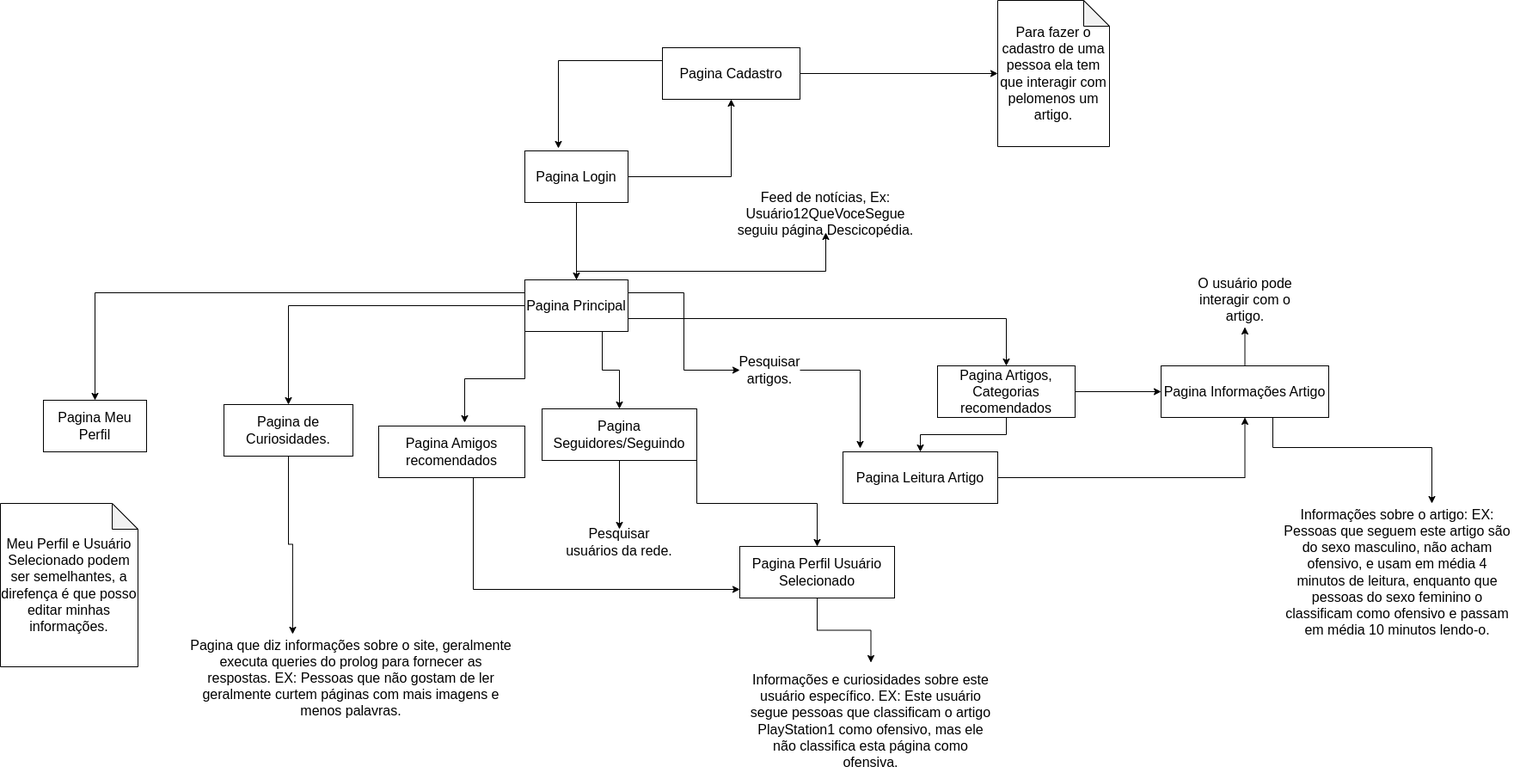
Above: docs/imagens/FLUXO_PAGINAS.drawio.png in UnBParadigmas2022-2/2022.2_G2_Logico_InimigosDaIgnorancia (draw.io), before the change. Source tidied: cells renumbered, new cells last; positions are measured from the earlier drawing's top-left corner, leaving out a move shared by most shapes. Its diagram source:
```xml
<mxGraphModel>
  <root>
    <mxCell id="0" />
    <mxCell id="1" parent="0" />
    <mxCell id="2" style="edgeStyle=orthogonalEdgeStyle;rounded=0;jettySize=auto;html=1;fontSize=16;" parent="1" edge="1" source="4" target="16">
      <mxGeometry relative="1" as="geometry" />
    </mxCell>
    <mxCell id="3" style="edgeStyle=orthogonalEdgeStyle;rounded=0;jettySize=auto;html=1;fontSize=16;" parent="1" edge="1" source="4" target="7">
      <mxGeometry relative="1" as="geometry" />
    </mxCell>
    <mxCell id="4" value="Pagina Login" style="rounded=0;whiteSpace=wrap;html=1;fontSize=16;" parent="1" vertex="1">
      <mxGeometry x="610" y="175" width="120" height="60" as="geometry" />
    </mxCell>
    <mxCell id="5" style="edgeStyle=orthogonalEdgeStyle;rounded=0;jettySize=auto;html=1;exitX=1;exitY=0.5;exitDx=0;exitDy=0;fontSize=16;" parent="1" edge="1" source="7" target="35">
      <mxGeometry relative="1" as="geometry" />
    </mxCell>
    <mxCell id="6" style="edgeStyle=orthogonalEdgeStyle;rounded=0;jettySize=auto;html=1;exitX=0;exitY=0.25;exitDx=0;exitDy=0;entryX=0.325;entryY=-0.05;entryDx=0;entryDy=0;entryPerimeter=0;fontSize=16;" parent="1" edge="1" source="7" target="4">
      <mxGeometry relative="1" as="geometry" />
    </mxCell>
    <mxCell id="7" value="Pagina Cadastro" style="rounded=0;whiteSpace=wrap;html=1;fontSize=16;" parent="1" vertex="1">
      <mxGeometry x="770" y="55" width="160" height="60" as="geometry" />
    </mxCell>
    <mxCell id="8" style="edgeStyle=orthogonalEdgeStyle;rounded=0;jettySize=auto;html=1;fontSize=16;" parent="1" edge="1" source="16" target="22">
      <mxGeometry relative="1" as="geometry">
        <Array as="points">
          <mxPoint x="670" y="315" />
          <mxPoint x="960" y="315" />
        </Array>
      </mxGeometry>
    </mxCell>
    <mxCell id="9" style="edgeStyle=orthogonalEdgeStyle;rounded=0;jettySize=auto;html=1;fontSize=16;entryX=0.111;entryY=-0.067;entryDx=0;entryDy=0;entryPerimeter=0;" parent="1" edge="1" source="42" target="18">
      <mxGeometry relative="1" as="geometry" />
    </mxCell>
    <mxCell id="10" style="edgeStyle=orthogonalEdgeStyle;rounded=0;jettySize=auto;html=1;exitX=0.75;exitY=1;exitDx=0;exitDy=0;fontSize=16;" parent="1" edge="1" source="16" target="21">
      <mxGeometry relative="1" as="geometry" />
    </mxCell>
    <mxCell id="11" style="edgeStyle=orthogonalEdgeStyle;rounded=0;jettySize=auto;html=1;exitX=0;exitY=1;exitDx=0;exitDy=0;entryX=0.588;entryY=-0.067;entryDx=0;entryDy=0;entryPerimeter=0;fontSize=16;" parent="1" edge="1" source="16" target="24">
      <mxGeometry relative="1" as="geometry" />
    </mxCell>
    <mxCell id="12" style="edgeStyle=orthogonalEdgeStyle;rounded=0;jettySize=auto;html=1;exitX=0;exitY=0.25;exitDx=0;exitDy=0;fontSize=16;" parent="1" edge="1" source="16" target="32">
      <mxGeometry relative="1" as="geometry" />
    </mxCell>
    <mxCell id="13" style="edgeStyle=orthogonalEdgeStyle;rounded=0;jettySize=auto;html=1;entryX=0.5;entryY=0;entryDx=0;entryDy=0;fontSize=16;" parent="1" edge="1" source="16" target="29">
      <mxGeometry relative="1" as="geometry" />
    </mxCell>
    <mxCell id="14" style="edgeStyle=orthogonalEdgeStyle;rounded=0;jettySize=auto;html=1;exitX=1;exitY=0.75;exitDx=0;exitDy=0;fontSize=16;" parent="1" edge="1" source="16" target="27">
      <mxGeometry relative="1" as="geometry" />
    </mxCell>
    <mxCell id="15" style="edgeStyle=orthogonalEdgeStyle;rounded=0;jettySize=auto;html=1;exitX=1;exitY=0.25;exitDx=0;exitDy=0;entryX=0;entryY=0.5;entryDx=0;entryDy=0;" parent="1" edge="1" source="16" target="42">
      <mxGeometry relative="1" as="geometry" />
    </mxCell>
    <mxCell id="16" value="Pagina Principal" style="rounded=0;whiteSpace=wrap;html=1;fontSize=16;" parent="1" vertex="1">
      <mxGeometry x="610" y="325" width="120" height="60" as="geometry" />
    </mxCell>
    <mxCell id="17" style="edgeStyle=orthogonalEdgeStyle;rounded=0;jettySize=auto;html=1;entryX=0.5;entryY=1;entryDx=0;entryDy=0;fontSize=16;" parent="1" edge="1" source="18" target="41">
      <mxGeometry relative="1" as="geometry" />
    </mxCell>
    <mxCell id="18" value="Pagina Leitura Artigo" style="rounded=0;whiteSpace=wrap;html=1;fontSize=16;" parent="1" vertex="1">
      <mxGeometry x="980" y="525" width="180" height="60" as="geometry" />
    </mxCell>
    <mxCell id="19" style="edgeStyle=orthogonalEdgeStyle;rounded=0;jettySize=auto;html=1;exitX=1;exitY=1;exitDx=0;exitDy=0;fontSize=16;" parent="1" edge="1" source="21" target="34">
      <mxGeometry relative="1" as="geometry" />
    </mxCell>
    <mxCell id="20" style="edgeStyle=orthogonalEdgeStyle;rounded=0;jettySize=auto;html=1;exitX=0.5;exitY=1;exitDx=0;exitDy=0;entryX=0.5;entryY=0;entryDx=0;entryDy=0;fontSize=16;" parent="1" edge="1" source="21" target="31">
      <mxGeometry relative="1" as="geometry" />
    </mxCell>
    <mxCell id="21" value="Pagina Seguidores/Seguindo" style="rounded=0;whiteSpace=wrap;html=1;fontSize=16;" parent="1" vertex="1">
      <mxGeometry x="630" y="475" width="180" height="60" as="geometry" />
    </mxCell>
    <mxCell id="22" value="Feed de notícias, Ex: Usuário12QueVoceSegue seguiu página Descicopédia." style="text;html=1;strokeColor=none;fillColor=none;align=center;verticalAlign=middle;whiteSpace=wrap;rounded=0;fontSize=16;" parent="1" vertex="1">
      <mxGeometry x="850" y="225" width="220" height="45" as="geometry" />
    </mxCell>
    <mxCell id="23" style="edgeStyle=orthogonalEdgeStyle;rounded=0;jettySize=auto;html=1;fontSize=16;" parent="1" edge="1" source="24" target="34">
      <mxGeometry relative="1" as="geometry">
        <Array as="points">
          <mxPoint x="550" y="685" />
        </Array>
      </mxGeometry>
    </mxCell>
    <mxCell id="24" value="Pagina Amigos recomendados" style="rounded=0;whiteSpace=wrap;html=1;fontSize=16;" parent="1" vertex="1">
      <mxGeometry x="440" y="495" width="170" height="60" as="geometry" />
    </mxCell>
    <mxCell id="25" style="edgeStyle=orthogonalEdgeStyle;rounded=0;jettySize=auto;html=1;exitX=0.5;exitY=1;exitDx=0;exitDy=0;fontSize=16;" parent="1" edge="1" source="27" target="18">
      <mxGeometry relative="1" as="geometry" />
    </mxCell>
    <mxCell id="26" style="edgeStyle=orthogonalEdgeStyle;rounded=0;jettySize=auto;html=1;fontSize=16;" parent="1" edge="1" source="27" target="41">
      <mxGeometry relative="1" as="geometry" />
    </mxCell>
    <mxCell id="27" value="Pagina Artigos, Categorias recomendados" style="rounded=0;whiteSpace=wrap;html=1;fontSize=16;" parent="1" vertex="1">
      <mxGeometry x="1090" y="425" width="160" height="60" as="geometry" />
    </mxCell>
    <mxCell id="28" style="edgeStyle=orthogonalEdgeStyle;rounded=0;jettySize=auto;html=1;fontSize=16;entryX=0.319;entryY=0.019;entryDx=0;entryDy=0;entryPerimeter=0;" parent="1" edge="1" source="29" target="30">
      <mxGeometry relative="1" as="geometry" />
    </mxCell>
    <mxCell id="29" value="Pagina de Curiosidades." style="rounded=0;whiteSpace=wrap;html=1;fontSize=16;" parent="1" vertex="1">
      <mxGeometry x="260" y="470" width="150" height="60" as="geometry" />
    </mxCell>
    <mxCell id="30" value="Pagina que diz informações sobre o site, geralmente executa queries do prolog para fornecer as respostas. EX: Pessoas que não gostam de ler geralmente curtem páginas com mais imagens e menos palavras." style="text;html=1;strokeColor=none;fillColor=none;align=center;verticalAlign=middle;whiteSpace=wrap;rounded=0;fontSize=16;" parent="1" vertex="1">
      <mxGeometry x="220" y="735" width="376" height="105" as="geometry" />
    </mxCell>
    <mxCell id="31" value="Pesquisar usuários da rede." style="text;html=1;strokeColor=none;fillColor=none;align=center;verticalAlign=middle;whiteSpace=wrap;rounded=0;fontSize=16;" parent="1" vertex="1">
      <mxGeometry x="655" y="615" width="130" height="30" as="geometry" />
    </mxCell>
    <mxCell id="32" value="Pagina Meu Perfil" style="rounded=0;whiteSpace=wrap;html=1;fontSize=16;" parent="1" vertex="1">
      <mxGeometry x="50" y="465" width="120" height="60" as="geometry" />
    </mxCell>
    <mxCell id="33" style="edgeStyle=orthogonalEdgeStyle;rounded=0;jettySize=auto;html=1;exitX=0.5;exitY=1;exitDx=0;exitDy=0;fontSize=16;" parent="1" edge="1" source="34" target="36">
      <mxGeometry relative="1" as="geometry" />
    </mxCell>
    <mxCell id="34" value="Pagina Perfil Usuário Selecionado" style="rounded=0;whiteSpace=wrap;html=1;fontSize=16;" parent="1" vertex="1">
      <mxGeometry x="860" y="635" width="180" height="60" as="geometry" />
    </mxCell>
    <mxCell id="35" value="Para fazer o cadastro de uma pessoa ela tem que interagir com pelomenos um artigo." style="shape=note;whiteSpace=wrap;html=1;backgroundOutline=1;darkOpacity=0.05;fontSize=16;" parent="1" vertex="1">
      <mxGeometry x="1160" width="130" height="170" as="geometry" />
    </mxCell>
    <mxCell id="36" value="Informações e curiosidades sobre este usuário específico. EX: Este usuário segue pessoas que classificam o artigo PlayStation1 como ofensivo, mas ele não classifica esta página como ofensiva." style="text;html=1;strokeColor=none;fillColor=none;align=center;verticalAlign=middle;whiteSpace=wrap;rounded=0;fontSize=16;" parent="1" vertex="1">
      <mxGeometry x="865" y="770" width="295" height="135" as="geometry" />
    </mxCell>
    <mxCell id="37" value="O usuário pode interagir com o artigo." style="text;html=1;strokeColor=none;fillColor=none;align=center;verticalAlign=middle;whiteSpace=wrap;rounded=0;fontSize=16;" parent="1" vertex="1">
      <mxGeometry x="1382.5" y="315" width="130" height="65" as="geometry" />
    </mxCell>
    <mxCell id="38" value="Meu Perfil e Usuário Selecionado podem ser semelhantes, a direfença é que posso editar minhas informações." style="shape=note;whiteSpace=wrap;html=1;backgroundOutline=1;darkOpacity=0.05;fontSize=16;" parent="1" vertex="1">
      <mxGeometry y="585" width="160" height="190" as="geometry" />
    </mxCell>
    <mxCell id="39" style="edgeStyle=orthogonalEdgeStyle;rounded=0;jettySize=auto;html=1;fontSize=16;" parent="1" edge="1" source="41" target="37">
      <mxGeometry relative="1" as="geometry" />
    </mxCell>
    <mxCell id="40" style="edgeStyle=orthogonalEdgeStyle;rounded=0;jettySize=auto;html=1;fontSize=16;" parent="1" edge="1" source="41" target="43">
      <mxGeometry relative="1" as="geometry">
        <Array as="points">
          <mxPoint x="1480" y="520" />
          <mxPoint x="1665" y="520" />
        </Array>
      </mxGeometry>
    </mxCell>
    <mxCell id="41" value="Pagina Informações Artigo" style="rounded=0;whiteSpace=wrap;html=1;fontSize=16;" parent="1" vertex="1">
      <mxGeometry x="1350" y="425" width="195" height="60" as="geometry" />
    </mxCell>
    <mxCell id="42" value="&lt;font style=&quot;font-size: 16px;&quot;&gt;Pesquisar artigos.&lt;/font&gt;" style="text;html=1;strokeColor=none;fillColor=none;align=center;verticalAlign=middle;whiteSpace=wrap;rounded=0;" parent="1" vertex="1">
      <mxGeometry x="860" y="415" width="70" height="30" as="geometry" />
    </mxCell>
    <mxCell id="43" value="Informações sobre o artigo: EX: Pessoas que seguem este artigo são do sexo masculino, não acham ofensivo, e usam em média 4 minutos de leitura, enquanto que pessoas do sexo feminino o classificam como ofensivo e passam em média 10 minutos lendo-o." style="text;html=1;strokeColor=none;fillColor=none;align=center;verticalAlign=middle;whiteSpace=wrap;rounded=0;fontSize=16;" parent="1" vertex="1">
      <mxGeometry x="1490" y="585" width="270" height="160" as="geometry" />
    </mxCell>
  </root>
</mxGraphModel>
```
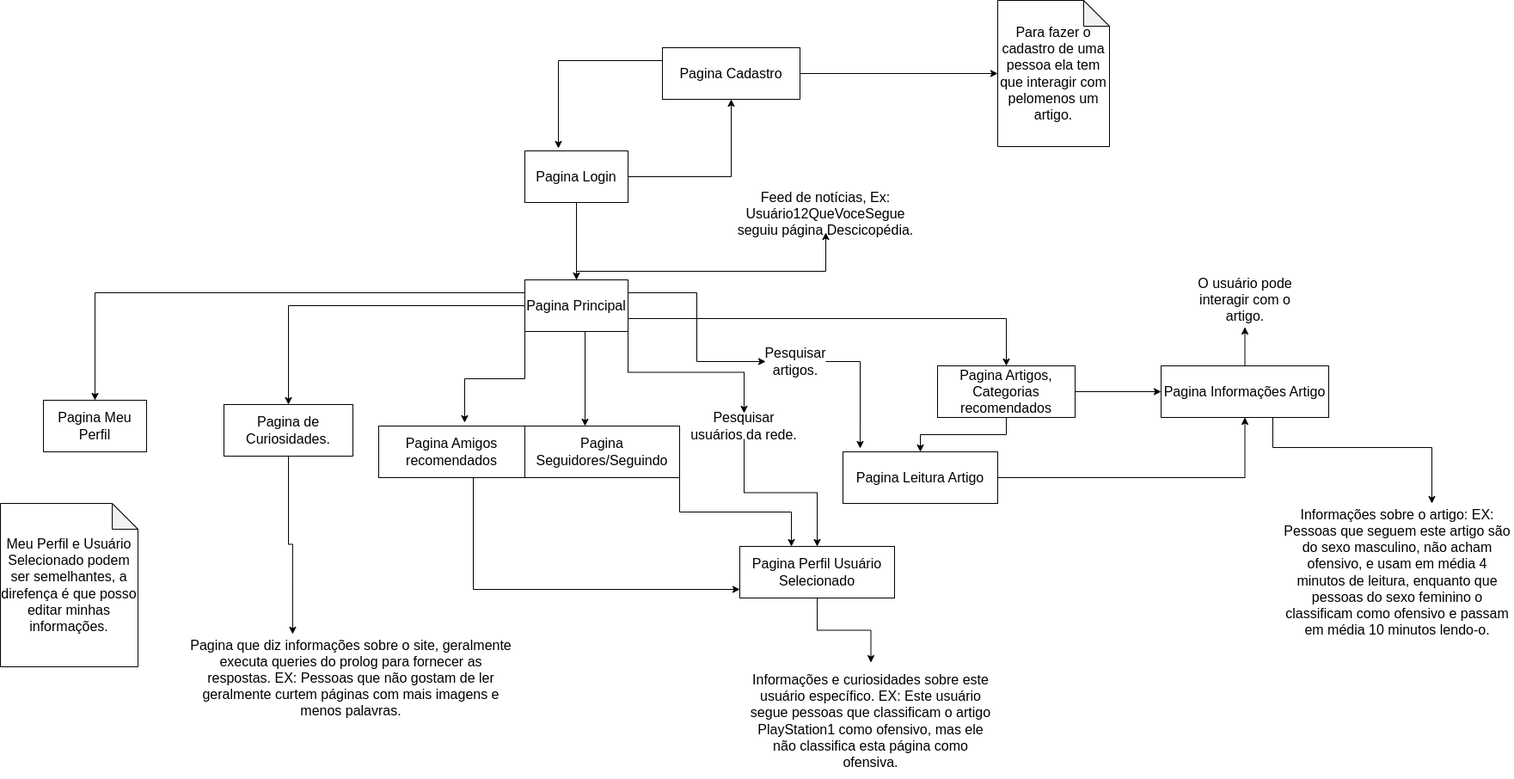
The same file after the commit.

Commit message:
Alterando FLUXO_PAGINAS, usuário pode pesquisar outros usuários a partir da página principal

What changed in the source:
```diff
@@ -32,7 +32,11 @@
       <mxGeometry relative="1" as="geometry" />
     </mxCell>
     <mxCell id="10" style="edgeStyle=orthogonalEdgeStyle;rounded=0;jettySize=auto;html=1;exitX=0.75;exitY=1;exitDx=0;exitDy=0;fontSize=16;" parent="1" edge="1" source="16" target="21">
-      <mxGeometry relative="1" as="geometry" />
+      <mxGeometry relative="1" as="geometry">
+        <Array as="points">
+          <mxPoint x="680" y="385" />
+        </Array>
+      </mxGeometry>
     </mxCell>
     <mxCell id="11" style="edgeStyle=orthogonalEdgeStyle;rounded=0;jettySize=auto;html=1;exitX=0;exitY=1;exitDx=0;exitDy=0;entryX=0.588;entryY=-0.067;entryDx=0;entryDy=0;entryPerimeter=0;fontSize=16;" parent="1" edge="1" source="16" target="24">
       <mxGeometry relative="1" as="geometry" />
@@ -49,6 +53,9 @@
     <mxCell id="15" style="edgeStyle=orthogonalEdgeStyle;rounded=0;jettySize=auto;html=1;exitX=1;exitY=0.25;exitDx=0;exitDy=0;entryX=0;entryY=0.5;entryDx=0;entryDy=0;" parent="1" edge="1" source="16" target="42">
       <mxGeometry relative="1" as="geometry" />
     </mxCell>
+    <mxCell id="44" style="edgeStyle=orthogonalEdgeStyle;rounded=0;jettySize=auto;html=1;exitX=1;exitY=1;exitDx=0;exitDy=0;" parent="1" edge="1" source="16" target="31">
+      <mxGeometry relative="1" as="geometry" />
+    </mxCell>
     <mxCell id="16" value="Pagina Principal" style="rounded=0;whiteSpace=wrap;html=1;fontSize=16;" parent="1" vertex="1">
       <mxGeometry x="610" y="325" width="120" height="60" as="geometry" />
     </mxCell>
@@ -59,13 +66,15 @@
       <mxGeometry x="980" y="525" width="180" height="60" as="geometry" />
     </mxCell>
     <mxCell id="19" style="edgeStyle=orthogonalEdgeStyle;rounded=0;jettySize=auto;html=1;exitX=1;exitY=1;exitDx=0;exitDy=0;fontSize=16;" parent="1" edge="1" source="21" target="34">
-      <mxGeometry relative="1" as="geometry" />
+      <mxGeometry relative="1" as="geometry">
+        <Array as="points">
+          <mxPoint x="790" y="595" />
+          <mxPoint x="920" y="595" />
+        </Array>
+      </mxGeometry>
     </mxCell>
-    <mxCell id="20" style="edgeStyle=orthogonalEdgeStyle;rounded=0;jettySize=auto;html=1;exitX=0.5;exitY=1;exitDx=0;exitDy=0;entryX=0.5;entryY=0;entryDx=0;entryDy=0;fontSize=16;" parent="1" edge="1" source="21" target="31">
-      <mxGeometry relative="1" as="geometry" />
-    </mxCell>
     <mxCell id="21" value="Pagina Seguidores/Seguindo" style="rounded=0;whiteSpace=wrap;html=1;fontSize=16;" parent="1" vertex="1">
-      <mxGeometry x="630" y="475" width="180" height="60" as="geometry" />
+      <mxGeometry x="610" y="495" width="180" height="60" as="geometry" />
     </mxCell>
     <mxCell id="22" value="Feed de notícias, Ex: Usuário12QueVoceSegue seguiu página Descicopédia." style="text;html=1;strokeColor=none;fillColor=none;align=center;verticalAlign=middle;whiteSpace=wrap;rounded=0;fontSize=16;" parent="1" vertex="1">
       <mxGeometry x="850" y="225" width="220" height="45" as="geometry" />
@@ -98,8 +107,11 @@
     <mxCell id="30" value="Pagina que diz informações sobre o site, geralmente executa queries do prolog para fornecer as respostas. EX: Pessoas que não gostam de ler geralmente curtem páginas com mais imagens e menos palavras." style="text;html=1;strokeColor=none;fillColor=none;align=center;verticalAlign=middle;whiteSpace=wrap;rounded=0;fontSize=16;" parent="1" vertex="1">
       <mxGeometry x="220" y="735" width="376" height="105" as="geometry" />
     </mxCell>
+    <mxCell id="45" style="edgeStyle=orthogonalEdgeStyle;rounded=0;jettySize=auto;html=1;" parent="1" edge="1" source="31" target="34">
+      <mxGeometry relative="1" as="geometry" />
+    </mxCell>
     <mxCell id="31" value="Pesquisar usuários da rede." style="text;html=1;strokeColor=none;fillColor=none;align=center;verticalAlign=middle;whiteSpace=wrap;rounded=0;fontSize=16;" parent="1" vertex="1">
-      <mxGeometry x="655" y="615" width="130" height="30" as="geometry" />
+      <mxGeometry x="800" y="480" width="130" height="30" as="geometry" />
     </mxCell>
     <mxCell id="32" value="Pagina Meu Perfil" style="rounded=0;whiteSpace=wrap;html=1;fontSize=16;" parent="1" vertex="1">
       <mxGeometry x="50" y="465" width="120" height="60" as="geometry" />
@@ -137,7 +149,7 @@
       <mxGeometry x="1350" y="425" width="195" height="60" as="geometry" />
     </mxCell>
     <mxCell id="42" value="&lt;font style=&quot;font-size: 16px;&quot;&gt;Pesquisar artigos.&lt;/font&gt;" style="text;html=1;strokeColor=none;fillColor=none;align=center;verticalAlign=middle;whiteSpace=wrap;rounded=0;" parent="1" vertex="1">
-      <mxGeometry x="860" y="415" width="70" height="30" as="geometry" />
+      <mxGeometry x="890" y="405" width="70" height="30" as="geometry" />
     </mxCell>
     <mxCell id="43" value="Informações sobre o artigo: EX: Pessoas que seguem este artigo são do sexo masculino, não acham ofensivo, e usam em média 4 minutos de leitura, enquanto que pessoas do sexo feminino o classificam como ofensivo e passam em média 10 minutos lendo-o." style="text;html=1;strokeColor=none;fillColor=none;align=center;verticalAlign=middle;whiteSpace=wrap;rounded=0;fontSize=16;" parent="1" vertex="1">
       <mxGeometry x="1490" y="585" width="270" height="160" as="geometry" />
```
